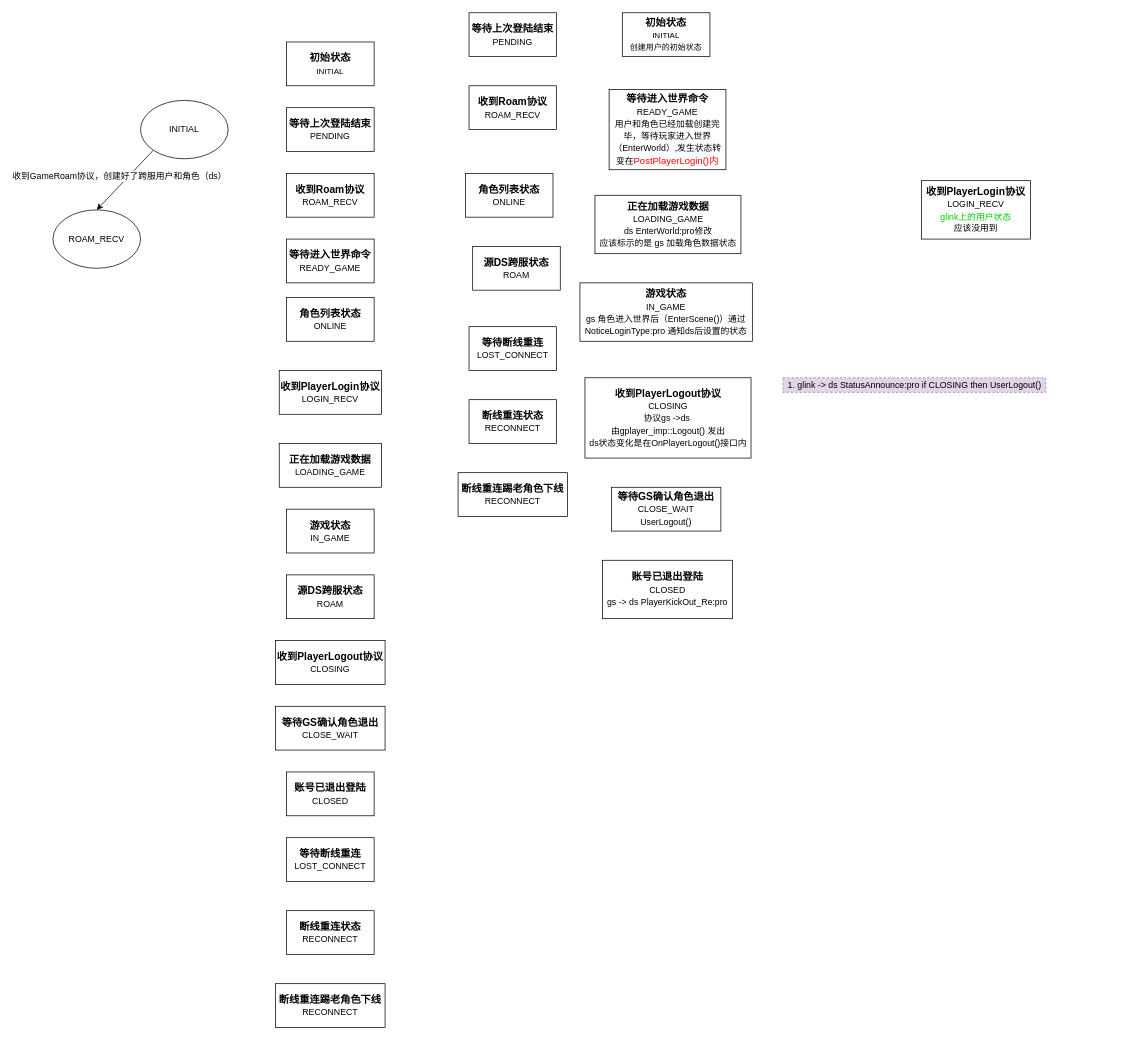
Before: page "用户状态机" (11 of 13) of i-server.drawio in hsoul/lqua, a draw.io diagram. Source tidied: cells renumbered, new cells numbered last; positions are measured from the earlier drawing's top-left corner, leaving out a move shared by most shapes. Both pictures are drawn from the tidied source at 73%, with x=0, y=0 at pixel (53, 12).
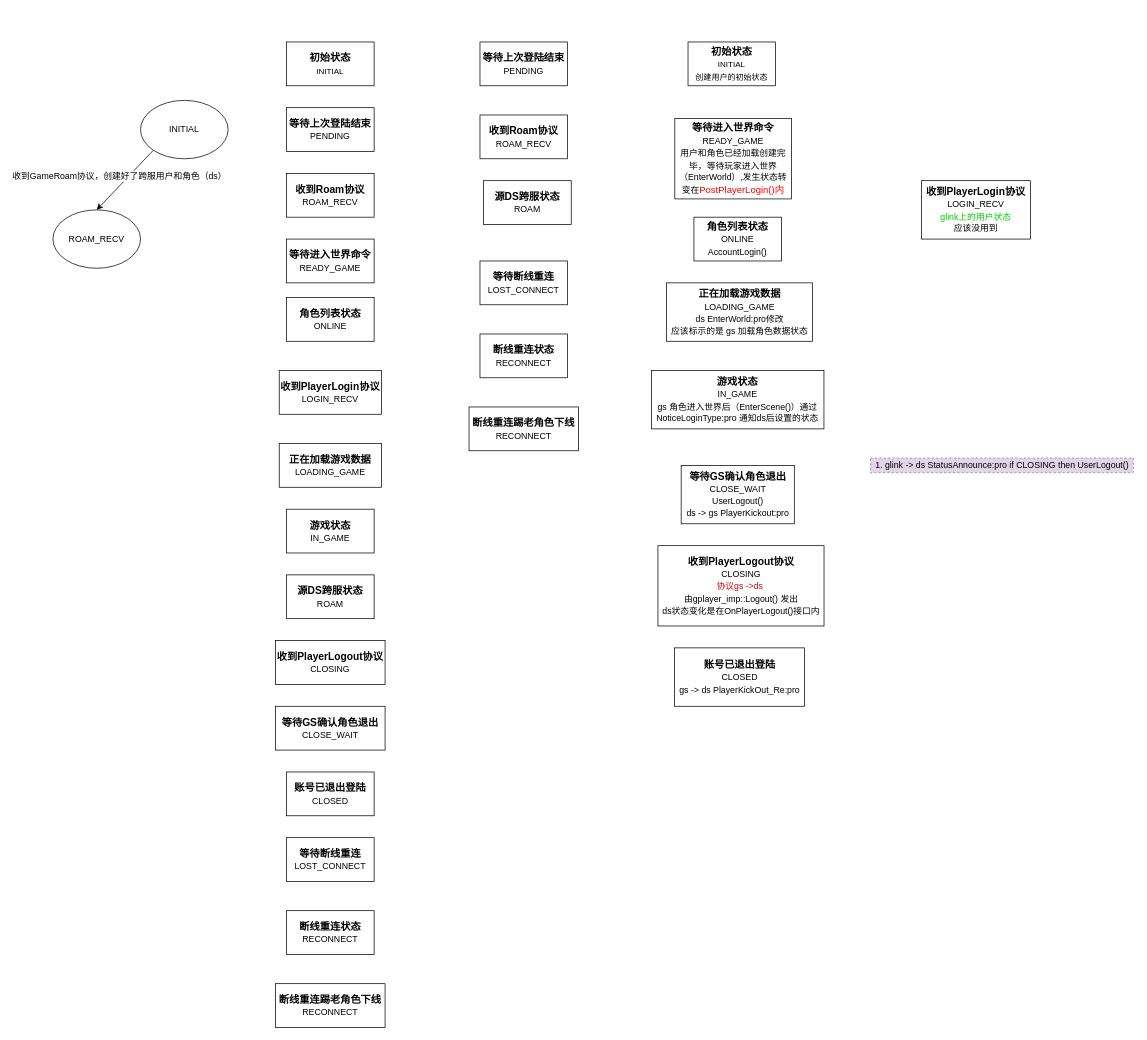
Above is the later version.

Change to the diagram source:
```diff
@@
     <mxCell id="17" value="1. glink -&amp;gt; ds StatusAnnounce:pro if CLOSING then UserLogout()" style="text;html=1;align=center;verticalAlign=middle;fillColor=#e1d5e7;rounded=0;glass=0;sketch=0;dashed=1;strokeColor=#9673a6;" parent="1" vertex="1">
-      <mxGeometry x="1000" y="500" width="360" height="20" as="geometry" />
+      <mxGeometry x="1120" y="610" width="360" height="20" as="geometry" />
     </mxCell>
@@
     <mxCell id="22" value="初始状态&lt;br&gt;&lt;font style=&quot;font-weight: normal ; font-size: 11px&quot;&gt;INITIAL&lt;br&gt;创建用户的初始状态&lt;br&gt;&lt;/font&gt;" style="rounded=0;whiteSpace=wrap;html=1;sketch=0;fontSize=14;fontStyle=1;" parent="1" vertex="1">
-      <mxGeometry x="780" width="120" height="60" as="geometry" />
+      <mxGeometry x="870" y="40" width="120" height="60" as="geometry" />
     </mxCell>
     <mxCell id="23" value="等待上次登陆结束&lt;br&gt;&lt;font style=&quot;font-size: 12px ; font-weight: normal&quot;&gt;PENDING&lt;/font&gt;" style="rounded=0;whiteSpace=wrap;html=1;sketch=0;fontSize=14;fontStyle=1;" parent="1" vertex="1">
-      <mxGeometry x="570" width="120" height="60" as="geometry" />
+      <mxGeometry x="585" y="40" width="120" height="60" as="geometry" />
     </mxCell>
     <mxCell id="24" value="收到Roam协议&lt;br&gt;&lt;font style=&quot;font-size: 12px ; font-weight: normal&quot;&gt;ROAM_RECV&lt;/font&gt;" style="rounded=0;whiteSpace=wrap;html=1;sketch=0;fontSize=14;fontStyle=1;" parent="1" vertex="1">
-      <mxGeometry x="570" y="100" width="120" height="60" as="geometry" />
+      <mxGeometry x="585" y="140" width="120" height="60" as="geometry" />
     </mxCell>
     <mxCell id="25" value="等待进入世界命令&lt;br&gt;&lt;font style=&quot;font-size: 12px ; font-weight: normal&quot;&gt;READY_GAME&lt;br&gt;用户和角色已经加载创建完毕，等待玩家进入世界（EnterWorld）,发生状态转变在&lt;span style=&quot;color: rgb(255 , 0 , 0) ; font-size: 13px ; text-align: left ; background-color: rgba(255 , 255 , 255 , 0.01)&quot;&gt;PostPlayerLogin()内&lt;/span&gt;&lt;br&gt;&lt;/font&gt;" style="rounded=0;whiteSpace=wrap;html=1;sketch=0;fontSize=14;fontStyle=1;" parent="1" vertex="1">
-      <mxGeometry x="761.9" y="105" width="160" height="110" as="geometry" />
+      <mxGeometry x="851.9" y="145" width="160" height="110" as="geometry" />
     </mxCell>
-    <mxCell id="26" value="角色列表状态&lt;br&gt;&lt;font style=&quot;font-size: 12px ; font-weight: normal&quot;&gt;ONLINE&lt;/font&gt;" style="rounded=0;whiteSpace=wrap;html=1;sketch=0;fontSize=14;fontStyle=1;" parent="1" vertex="1">
-      <mxGeometry x="565" y="220" width="120" height="60" as="geometry" />
+    <mxCell id="26" value="角色列表状态&lt;br&gt;&lt;font style=&quot;font-size: 12px ; font-weight: normal&quot;&gt;ONLINE&lt;br&gt;AccountLogin()&lt;br&gt;&lt;/font&gt;" style="rounded=0;whiteSpace=wrap;html=1;sketch=0;fontSize=14;fontStyle=1;" parent="1" vertex="1">
+      <mxGeometry x="878.1" y="280" width="120" height="60" as="geometry" />
     </mxCell>
@@
     <mxCell id="28" value="正在加载游戏数据&lt;br&gt;&lt;font style=&quot;font-size: 12px ; font-weight: normal&quot;&gt;LOADING_GAME&lt;br&gt;ds EnterWorld:pro修改&lt;br&gt;应该标示的是 gs 加载角色数据状态&lt;br&gt;&lt;/font&gt;" style="rounded=0;whiteSpace=wrap;html=1;sketch=0;fontSize=14;fontStyle=1;" parent="1" vertex="1">
-      <mxGeometry x="742.5" y="250" width="200" height="80" as="geometry" />
+      <mxGeometry x="840.6" y="370" width="200" height="80" as="geometry" />
     </mxCell>
     <mxCell id="29" value="源DS跨服状态&lt;br&gt;&lt;font style=&quot;font-size: 12px ; font-weight: normal&quot;&gt;ROAM&lt;/font&gt;" style="rounded=0;whiteSpace=wrap;html=1;sketch=0;fontSize=14;fontStyle=1;" parent="1" vertex="1">
-      <mxGeometry x="575" y="320" width="120" height="60" as="geometry" />
+      <mxGeometry x="590" y="230" width="120" height="60" as="geometry" />
     </mxCell>
-    <mxCell id="30" value="收到PlayerLogout协议&lt;br&gt;&lt;font style=&quot;font-size: 12px ; font-weight: normal&quot;&gt;CLOSING&lt;br&gt;协议gs -&amp;gt;ds&amp;nbsp; &lt;br&gt;由gplayer_imp::Logout() 发出&lt;br&gt;ds状态变化是在OnPlayerLogout()接口内&lt;br&gt;&lt;/font&gt;" style="rounded=0;whiteSpace=wrap;html=1;sketch=0;fontSize=14;fontStyle=1;" parent="1" vertex="1">
-      <mxGeometry x="728.8" y="500" width="227.5" height="110" as="geometry" />
+    <mxCell id="30" value="收到PlayerLogout协议&lt;br&gt;&lt;font style=&quot;font-size: 12px ; font-weight: normal&quot;&gt;CLOSING&lt;br&gt;&lt;font color=&quot;#cc0000&quot;&gt;协议gs -&amp;gt;ds&lt;/font&gt;&amp;nbsp; &lt;br&gt;由gplayer_imp::Logout() 发出&lt;br&gt;ds状态变化是在OnPlayerLogout()接口内&lt;br&gt;&lt;/font&gt;" style="rounded=0;whiteSpace=wrap;html=1;sketch=0;fontSize=14;fontStyle=1;" parent="1" vertex="1">
+      <mxGeometry x="828.8" y="730" width="227.5" height="110" as="geometry" />
     </mxCell>
-    <mxCell id="31" value="等待GS确认角色退出&lt;br&gt;&lt;font style=&quot;font-size: 12px ; font-weight: normal&quot;&gt;CLOSE_WAIT&lt;br&gt;UserLogout()&lt;br&gt;&lt;/font&gt;" style="rounded=0;whiteSpace=wrap;html=1;sketch=0;fontSize=14;fontStyle=1;" parent="1" vertex="1">
-      <mxGeometry x="765" y="650" width="150" height="60" as="geometry" />
+    <mxCell id="31" value="等待GS确认角色退出&lt;br&gt;&lt;font style=&quot;font-size: 12px ; font-weight: normal&quot;&gt;CLOSE_WAIT&lt;br&gt;UserLogout()&lt;br&gt;ds -&amp;gt; gs PlayerKickout:pro&lt;br&gt;&lt;/font&gt;" style="rounded=0;whiteSpace=wrap;html=1;sketch=0;fontSize=14;fontStyle=1;" parent="1" vertex="1">
+      <mxGeometry x="860.6" y="620" width="155" height="80" as="geometry" />
     </mxCell>
     <mxCell id="32" value="账号已退出登陆&lt;br&gt;&lt;font style=&quot;font-size: 12px ; font-weight: normal&quot;&gt;CLOSED&lt;br&gt;gs -&amp;gt; ds PlayerKickOut_Re:pro&lt;br&gt;&lt;/font&gt;" style="rounded=0;whiteSpace=wrap;html=1;sketch=0;fontSize=14;fontStyle=1;" parent="1" vertex="1">
-      <mxGeometry x="752.8" y="750" width="178.1" height="80" as="geometry" />
+      <mxGeometry x="851.5" y="870" width="178.1" height="80" as="geometry" />
     </mxCell>
     <mxCell id="33" value="等待断线重连&lt;br&gt;&lt;font style=&quot;font-size: 12px ; font-weight: normal&quot;&gt;LOST_CONNECT&lt;/font&gt;" style="rounded=0;whiteSpace=wrap;html=1;sketch=0;fontSize=14;fontStyle=1;" parent="1" vertex="1">
-      <mxGeometry x="570" y="430" width="120" height="60" as="geometry" />
+      <mxGeometry x="585" y="340" width="120" height="60" as="geometry" />
     </mxCell>
     <mxCell id="34" value="断线重连状态&lt;br&gt;&lt;font style=&quot;font-size: 12px ; font-weight: normal&quot;&gt;RECONNECT&lt;/font&gt;" style="rounded=0;whiteSpace=wrap;html=1;sketch=0;fontSize=14;fontStyle=1;" parent="1" vertex="1">
-      <mxGeometry x="570" y="530" width="120" height="60" as="geometry" />
+      <mxGeometry x="585" y="440" width="120" height="60" as="geometry" />
     </mxCell>
     <mxCell id="35" value="断线重连踢老角色下线&lt;br&gt;&lt;font style=&quot;font-size: 12px ; font-weight: normal&quot;&gt;RECONNECT&lt;/font&gt;" style="rounded=0;whiteSpace=wrap;html=1;sketch=0;fontSize=14;fontStyle=1;" parent="1" vertex="1">
-      <mxGeometry x="555" y="630" width="150" height="60" as="geometry" />
+      <mxGeometry x="570" y="540" width="150" height="60" as="geometry" />
     </mxCell>
     <mxCell id="36" value="游戏状态&lt;br&gt;&lt;font style=&quot;font-size: 12px ; font-weight: normal&quot;&gt;IN_GAME&lt;br&gt;gs 角色进入世界后（EnterScene()）通过NoticeLoginType:pro 通知ds后设置的状态&lt;br&gt;&lt;/font&gt;" style="rounded=0;whiteSpace=wrap;html=1;sketch=0;fontSize=14;fontStyle=1;" parent="1" vertex="1">
-      <mxGeometry x="721.9" y="370" width="236.2" height="80" as="geometry" />
+      <mxGeometry x="820" y="490" width="236.2" height="80" as="geometry" />
     </mxCell>
```
